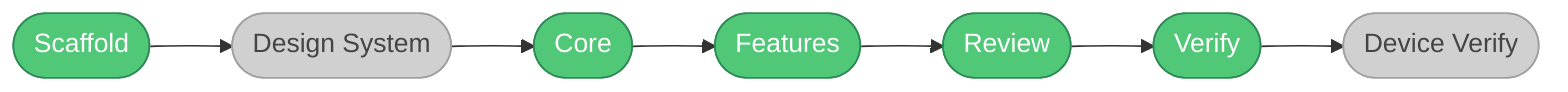
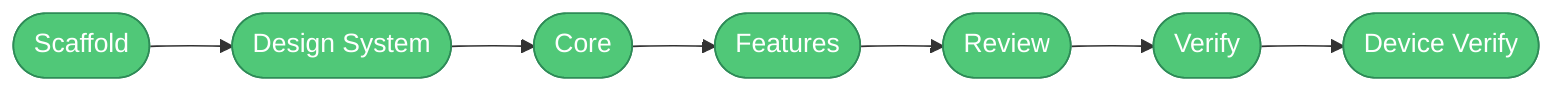
flowchart LR
    S([Scaffold]):::done
-     DS([Design System]):::todo
+     DS([Design System]):::done
    C([Core]):::done
    F([Features]):::done
    R([Review]):::done
    V([Verify]):::done
-     DV([Device Verify]):::todo
+     DV([Device Verify]):::done

    S --> DS --> C --> F --> R --> V --> DV

    classDef done fill:#50C878,stroke:#2E8B57,color:#fff
    classDef todo fill:#D0D0D0,stroke:#A0A0A0,color:#444
